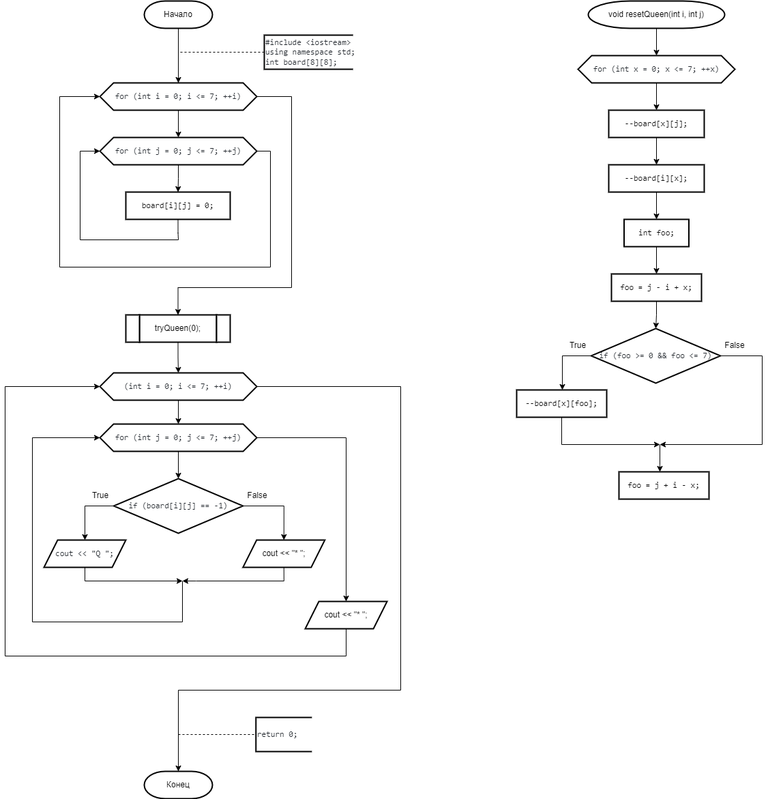
Above: 2 Семестр/Labs/1 Лаба(8 ферзей)/8 ферзей.png in IlyaFedoseev227/LABS-PNRPU-IVT-22-1b (draw.io), before the change. Source tidied: cells renumbered, new cells last; positions are measured from the earlier drawing's top-left corner, leaving out a move shared by most shapes.
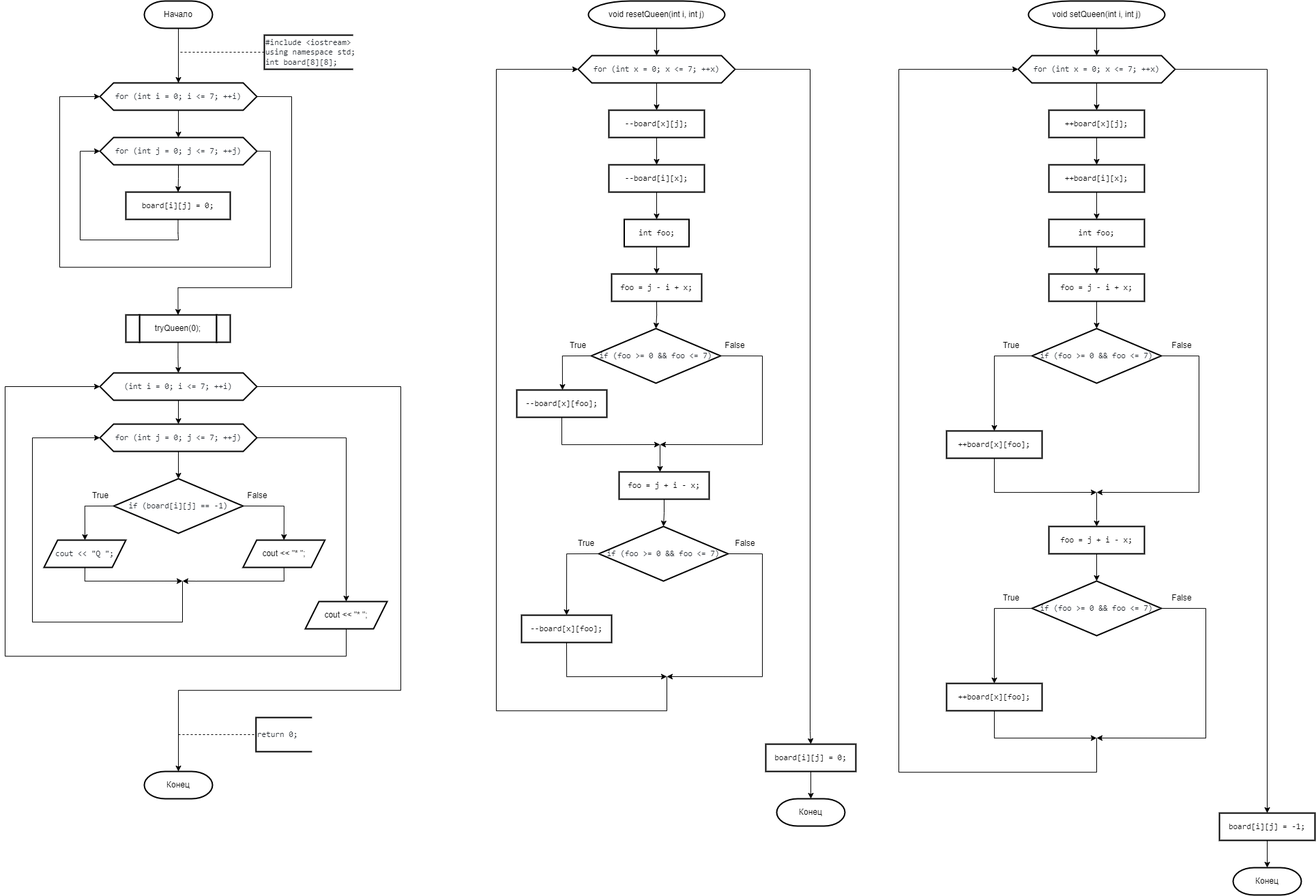
After the commit.

Change to the diagram source:
```diff
@@ -176,6 +176,15 @@
     <mxCell id="41" style="edgeStyle=orthogonalEdgeStyle;rounded=0;jettySize=auto;html=1;exitX=0.5;exitY=1;exitDx=0;exitDy=0;entryX=0.5;entryY=0;entryDx=0;entryDy=0;" parent="1" edge="1" source="42" target="44">
       <mxGeometry relative="1" as="geometry" />
     </mxCell>
+    <mxCell id="60" style="edgeStyle=orthogonalEdgeStyle;rounded=0;jettySize=auto;html=1;exitX=1;exitY=0.5;exitDx=0;exitDy=0;entryX=0.5;entryY=0;entryDx=0;entryDy=0;" parent="1" edge="1" source="42" target="71">
+      <mxGeometry relative="1" as="geometry">
+        <Array as="points">
+          <mxPoint x="1180" y="100" />
+          <mxPoint x="1180" y="1070" />
+          <mxPoint x="1181" y="1100" />
+        </Array>
+      </mxGeometry>
+    </mxCell>
     <mxCell id="42" value="&lt;div style=&quot;text-align: start;&quot;&gt;&lt;font face=&quot;ui-monospace, SFMono-Regular, SF Mono, Menlo, Consolas, Liberation Mono, monospace&quot; color=&quot;#24292f&quot;&gt;for (int x = 0; x &amp;lt;= 7; ++x)&lt;/font&gt;&lt;br&gt;&lt;/div&gt;" style="shape=hexagon;perimeter=hexagonPerimeter2;whiteSpace=wrap;html=1;fixedSize=1;strokeWidth=2;" parent="1" vertex="1">
       <mxGeometry x="840" y="80" width="230" height="40" as="geometry" />
     </mxCell>
@@ -247,8 +256,200 @@
     <mxCell id="58" value="&lt;div style=&quot;text-align: start;&quot;&gt;&lt;font face=&quot;ui-monospace, SFMono-Regular, SF Mono, Menlo, Consolas, Liberation Mono, monospace&quot;&gt;--board[x][foo];&lt;/font&gt;&lt;br&gt;&lt;/div&gt;" style="shape=parallelogram;perimeter=parallelogramPerimeter;whiteSpace=wrap;html=1;fixedSize=1;strokeWidth=2;size=-6;" parent="1" vertex="1">
       <mxGeometry x="750" y="570" width="132" height="40" as="geometry" />
     </mxCell>
+    <mxCell id="61" style="edgeStyle=orthogonalEdgeStyle;rounded=0;jettySize=auto;html=1;exitX=0.5;exitY=1;exitDx=0;exitDy=0;entryX=0.5;entryY=0;entryDx=0;entryDy=0;" parent="1" edge="1" source="59" target="65">
+      <mxGeometry relative="1" as="geometry" />
+    </mxCell>
     <mxCell id="59" value="&lt;div style=&quot;text-align: start;&quot;&gt;&lt;font face=&quot;ui-monospace, SFMono-Regular, SF Mono, Menlo, Consolas, Liberation Mono, monospace&quot;&gt;foo = j + i - x;&lt;/font&gt;&lt;br&gt;&lt;/div&gt;" style="shape=parallelogram;perimeter=parallelogramPerimeter;whiteSpace=wrap;html=1;fixedSize=1;strokeWidth=2;size=-6;" parent="1" vertex="1">
       <mxGeometry x="900" y="690" width="132" height="40" as="geometry" />
     </mxCell>
+    <mxCell id="62" style="edgeStyle=orthogonalEdgeStyle;rounded=0;jettySize=auto;html=1;exitX=0;exitY=0.5;exitDx=0;exitDy=0;entryX=0.5;entryY=0;entryDx=0;entryDy=0;" parent="1" edge="1" source="65" target="69">
+      <mxGeometry relative="1" as="geometry" />
+    </mxCell>
+    <mxCell id="63" style="edgeStyle=orthogonalEdgeStyle;rounded=0;jettySize=auto;html=1;exitX=1;exitY=0.5;exitDx=0;exitDy=0;" parent="1" edge="1" source="65">
+      <mxGeometry relative="1" as="geometry">
+        <mxPoint x="970" y="990" as="targetPoint" />
+        <Array as="points">
+          <mxPoint x="1110" y="810" />
+          <mxPoint x="1110" y="990" />
+        </Array>
+      </mxGeometry>
+    </mxCell>
+    <mxCell id="64" style="edgeStyle=orthogonalEdgeStyle;rounded=0;jettySize=auto;html=1;entryX=0;entryY=0.5;entryDx=0;entryDy=0;" parent="1" edge="1" target="42">
+      <mxGeometry relative="1" as="geometry">
+        <mxPoint x="970" y="990" as="sourcePoint" />
+        <Array as="points">
+          <mxPoint x="970" y="1040" />
+          <mxPoint x="720" y="1040" />
+          <mxPoint x="720" y="100" />
+        </Array>
+      </mxGeometry>
+    </mxCell>
+    <mxCell id="65" value="&lt;div style=&quot;text-align: start;&quot;&gt;&lt;font face=&quot;ui-monospace, SFMono-Regular, SF Mono, Menlo, Consolas, Liberation Mono, monospace&quot; color=&quot;#24292f&quot;&gt;if (foo &amp;gt;= 0 &amp;amp;&amp;amp; foo &amp;lt;= 7)&lt;/font&gt;&lt;br&gt;&lt;/div&gt;" style="rhombus;whiteSpace=wrap;html=1;strokeWidth=2;" parent="1" vertex="1">
+      <mxGeometry x="870.2" y="770" width="189.5" height="80" as="geometry" />
+    </mxCell>
+    <mxCell id="66" value="True" style="text;html=1;strokeColor=none;fillColor=none;align=center;verticalAlign=middle;whiteSpace=wrap;rounded=0;strokeWidth=2;" parent="1" vertex="1">
+      <mxGeometry x="822" y="780" width="60" height="30" as="geometry" />
+    </mxCell>
+    <mxCell id="67" value="False" style="text;html=1;strokeColor=none;fillColor=none;align=center;verticalAlign=middle;whiteSpace=wrap;rounded=0;strokeWidth=2;" parent="1" vertex="1">
+      <mxGeometry x="1055" y="780" width="60" height="30" as="geometry" />
+    </mxCell>
+    <mxCell id="68" style="edgeStyle=orthogonalEdgeStyle;rounded=0;jettySize=auto;html=1;exitX=0.5;exitY=1;exitDx=0;exitDy=0;" parent="1" edge="1" source="69">
+      <mxGeometry relative="1" as="geometry">
+        <mxPoint x="970" y="990" as="targetPoint" />
+        <Array as="points">
+          <mxPoint x="823" y="990" />
+        </Array>
+      </mxGeometry>
+    </mxCell>
+    <mxCell id="69" value="&lt;div style=&quot;text-align: start;&quot;&gt;&lt;font face=&quot;ui-monospace, SFMono-Regular, SF Mono, Menlo, Consolas, Liberation Mono, monospace&quot;&gt;--board[x][foo];&lt;/font&gt;&lt;br&gt;&lt;/div&gt;" style="shape=parallelogram;perimeter=parallelogramPerimeter;whiteSpace=wrap;html=1;fixedSize=1;strokeWidth=2;size=-6;" parent="1" vertex="1">
+      <mxGeometry x="757" y="900" width="132" height="40" as="geometry" />
+    </mxCell>
+    <mxCell id="70" style="edgeStyle=orthogonalEdgeStyle;rounded=0;jettySize=auto;html=1;exitX=0.5;exitY=1;exitDx=0;exitDy=0;entryX=0.5;entryY=0;entryDx=0;entryDy=0;entryPerimeter=0;" parent="1" edge="1" source="71" target="72">
+      <mxGeometry relative="1" as="geometry" />
+    </mxCell>
+    <mxCell id="71" value="&lt;div style=&quot;text-align: start;&quot;&gt;&lt;font face=&quot;ui-monospace, SFMono-Regular, SF Mono, Menlo, Consolas, Liberation Mono, monospace&quot;&gt;board[i][j] = 0;&lt;/font&gt;&lt;br&gt;&lt;/div&gt;" style="shape=parallelogram;perimeter=parallelogramPerimeter;whiteSpace=wrap;html=1;fixedSize=1;strokeWidth=2;size=-6;" parent="1" vertex="1">
+      <mxGeometry x="1115" y="1089" width="132" height="40" as="geometry" />
+    </mxCell>
+    <mxCell id="72" value="Конец" style="strokeWidth=2;html=1;shape=mxgraph.flowchart.terminator;whiteSpace=wrap;" parent="1" vertex="1">
+      <mxGeometry x="1131" y="1169" width="100" height="40" as="geometry" />
+    </mxCell>
+    <mxCell id="73" style="edgeStyle=orthogonalEdgeStyle;rounded=0;jettySize=auto;html=1;exitX=0.5;exitY=1;exitDx=0;exitDy=0;exitPerimeter=0;" parent="1" edge="1" source="74" target="77">
+      <mxGeometry relative="1" as="geometry" />
+    </mxCell>
+    <mxCell id="74" value="void setQueen(int i, int j)" style="strokeWidth=2;html=1;shape=mxgraph.flowchart.terminator;whiteSpace=wrap;" parent="1" vertex="1">
+      <mxGeometry x="1500" width="200" height="40" as="geometry" />
+    </mxCell>
+    <mxCell id="75" style="edgeStyle=orthogonalEdgeStyle;rounded=0;jettySize=auto;html=1;exitX=0.5;exitY=1;exitDx=0;exitDy=0;entryX=0.5;entryY=0;entryDx=0;entryDy=0;" parent="1" edge="1" source="77" target="79">
+      <mxGeometry relative="1" as="geometry" />
+    </mxCell>
+    <mxCell id="76" style="edgeStyle=orthogonalEdgeStyle;rounded=0;jettySize=auto;html=1;exitX=1;exitY=0.5;exitDx=0;exitDy=0;" parent="1" edge="1" source="77">
+      <mxGeometry relative="1" as="geometry">
+        <mxPoint x="1850" y="1190" as="targetPoint" />
+      </mxGeometry>
+    </mxCell>
+    <mxCell id="77" value="&lt;div style=&quot;text-align: start;&quot;&gt;&lt;font face=&quot;ui-monospace, SFMono-Regular, SF Mono, Menlo, Consolas, Liberation Mono, monospace&quot; color=&quot;#24292f&quot;&gt;for (int x = 0; x &amp;lt;= 7; ++x)&lt;/font&gt;&lt;br&gt;&lt;/div&gt;" style="shape=hexagon;perimeter=hexagonPerimeter2;whiteSpace=wrap;html=1;fixedSize=1;strokeWidth=2;" parent="1" vertex="1">
+      <mxGeometry x="1485" y="80" width="230" height="40" as="geometry" />
+    </mxCell>
+    <mxCell id="78" style="edgeStyle=orthogonalEdgeStyle;rounded=0;jettySize=auto;html=1;exitX=0.5;exitY=1;exitDx=0;exitDy=0;" parent="1" edge="1" source="79" target="81">
+      <mxGeometry relative="1" as="geometry" />
+    </mxCell>
+    <mxCell id="79" value="&lt;div style=&quot;text-align: start;&quot;&gt;&lt;font face=&quot;ui-monospace, SFMono-Regular, SF Mono, Menlo, Consolas, Liberation Mono, monospace&quot;&gt;++board[x][j];&lt;/font&gt;&lt;br&gt;&lt;/div&gt;" style="shape=parallelogram;perimeter=parallelogramPerimeter;whiteSpace=wrap;html=1;fixedSize=1;strokeWidth=2;size=-6;" parent="1" vertex="1">
+      <mxGeometry x="1530" y="160" width="140" height="40" as="geometry" />
+    </mxCell>
+    <mxCell id="80" style="edgeStyle=orthogonalEdgeStyle;rounded=0;jettySize=auto;html=1;exitX=0.5;exitY=1;exitDx=0;exitDy=0;" parent="1" edge="1" source="81" target="83">
+      <mxGeometry relative="1" as="geometry" />
+    </mxCell>
+    <mxCell id="81" value="&lt;div style=&quot;text-align: start;&quot;&gt;&lt;font face=&quot;ui-monospace, SFMono-Regular, SF Mono, Menlo, Consolas, Liberation Mono, monospace&quot;&gt;++board[i][x];&lt;/font&gt;&lt;br&gt;&lt;/div&gt;" style="shape=parallelogram;perimeter=parallelogramPerimeter;whiteSpace=wrap;html=1;fixedSize=1;strokeWidth=2;size=-6;" parent="1" vertex="1">
+      <mxGeometry x="1530" y="240" width="140" height="40" as="geometry" />
+    </mxCell>
+    <mxCell id="82" style="edgeStyle=orthogonalEdgeStyle;rounded=0;jettySize=auto;html=1;exitX=0.5;exitY=1;exitDx=0;exitDy=0;" parent="1" edge="1" source="83" target="85">
+      <mxGeometry relative="1" as="geometry" />
+    </mxCell>
+    <mxCell id="83" value="&lt;div style=&quot;text-align: start;&quot;&gt;&lt;font face=&quot;ui-monospace, SFMono-Regular, SF Mono, Menlo, Consolas, Liberation Mono, monospace&quot;&gt;int foo;&lt;/font&gt;&lt;br&gt;&lt;/div&gt;" style="shape=parallelogram;perimeter=parallelogramPerimeter;whiteSpace=wrap;html=1;fixedSize=1;strokeWidth=2;size=-6;" parent="1" vertex="1">
+      <mxGeometry x="1530" y="320" width="140" height="40" as="geometry" />
+    </mxCell>
+    <mxCell id="84" style="edgeStyle=orthogonalEdgeStyle;rounded=0;jettySize=auto;html=1;exitX=0.5;exitY=1;exitDx=0;exitDy=0;entryX=0.5;entryY=0;entryDx=0;entryDy=0;" parent="1" edge="1" source="85" target="89">
+      <mxGeometry relative="1" as="geometry" />
+    </mxCell>
+    <mxCell id="85" value="&lt;div style=&quot;text-align: start;&quot;&gt;&lt;font face=&quot;ui-monospace, SFMono-Regular, SF Mono, Menlo, Consolas, Liberation Mono, monospace&quot;&gt;foo = j - i + x;&lt;/font&gt;&lt;br&gt;&lt;/div&gt;" style="shape=parallelogram;perimeter=parallelogramPerimeter;whiteSpace=wrap;html=1;fixedSize=1;strokeWidth=2;size=-6;" parent="1" vertex="1">
+      <mxGeometry x="1530" y="400" width="140" height="40" as="geometry" />
+    </mxCell>
+    <mxCell id="86" style="edgeStyle=orthogonalEdgeStyle;rounded=0;jettySize=auto;html=1;exitX=0;exitY=0.5;exitDx=0;exitDy=0;entryX=0.5;entryY=0;entryDx=0;entryDy=0;" parent="1" edge="1" source="89" target="93">
+      <mxGeometry relative="1" as="geometry" />
+    </mxCell>
+    <mxCell id="87" style="edgeStyle=orthogonalEdgeStyle;rounded=0;jettySize=auto;html=1;exitX=1;exitY=0.5;exitDx=0;exitDy=0;" parent="1" edge="1" source="89">
+      <mxGeometry relative="1" as="geometry">
+        <mxPoint x="1600" y="720" as="targetPoint" />
+        <Array as="points">
+          <mxPoint x="1750" y="520" />
+          <mxPoint x="1750" y="720" />
+        </Array>
+      </mxGeometry>
+    </mxCell>
+    <mxCell id="88" style="edgeStyle=orthogonalEdgeStyle;rounded=0;jettySize=auto;html=1;entryX=0.5;entryY=0;entryDx=0;entryDy=0;" parent="1" edge="1" target="95">
+      <mxGeometry relative="1" as="geometry">
+        <mxPoint x="1600" y="720" as="sourcePoint" />
+        <Array as="points">
+          <mxPoint x="1600" y="760" />
+        </Array>
+      </mxGeometry>
+    </mxCell>
+    <mxCell id="89" value="&lt;div style=&quot;text-align: start;&quot;&gt;&lt;font face=&quot;ui-monospace, SFMono-Regular, SF Mono, Menlo, Consolas, Liberation Mono, monospace&quot; color=&quot;#24292f&quot;&gt;if (foo &amp;gt;= 0 &amp;amp;&amp;amp; foo &amp;lt;= 7)&lt;/font&gt;&lt;br&gt;&lt;/div&gt;" style="rhombus;whiteSpace=wrap;html=1;strokeWidth=2;" parent="1" vertex="1">
+      <mxGeometry x="1505.2" y="480" width="189.5" height="80" as="geometry" />
+    </mxCell>
+    <mxCell id="90" value="True" style="text;html=1;strokeColor=none;fillColor=none;align=center;verticalAlign=middle;whiteSpace=wrap;rounded=0;strokeWidth=2;" parent="1" vertex="1">
+      <mxGeometry x="1445.2" y="490" width="60" height="30" as="geometry" />
+    </mxCell>
+    <mxCell id="91" value="False" style="text;html=1;strokeColor=none;fillColor=none;align=center;verticalAlign=middle;whiteSpace=wrap;rounded=0;strokeWidth=2;" parent="1" vertex="1">
+      <mxGeometry x="1694.8" y="490" width="60" height="30" as="geometry" />
+    </mxCell>
+    <mxCell id="92" style="edgeStyle=orthogonalEdgeStyle;rounded=0;jettySize=auto;html=1;exitX=0.5;exitY=1;exitDx=0;exitDy=0;" parent="1" edge="1" source="93">
+      <mxGeometry relative="1" as="geometry">
+        <mxPoint x="1600" y="720" as="targetPoint" />
+        <Array as="points">
+          <mxPoint x="1450" y="720" />
+        </Array>
+      </mxGeometry>
+    </mxCell>
+    <mxCell id="93" value="&lt;div style=&quot;text-align: start;&quot;&gt;&lt;font face=&quot;ui-monospace, SFMono-Regular, SF Mono, Menlo, Consolas, Liberation Mono, monospace&quot;&gt;++board[x][foo];&lt;/font&gt;&lt;br&gt;&lt;/div&gt;" style="shape=parallelogram;perimeter=parallelogramPerimeter;whiteSpace=wrap;html=1;fixedSize=1;strokeWidth=2;size=-6;" parent="1" vertex="1">
+      <mxGeometry x="1380" y="630" width="140" height="40" as="geometry" />
+    </mxCell>
+    <mxCell id="94" style="edgeStyle=orthogonalEdgeStyle;rounded=0;jettySize=auto;html=1;exitX=0.5;exitY=1;exitDx=0;exitDy=0;entryX=0.5;entryY=0;entryDx=0;entryDy=0;" parent="1" edge="1" source="95" target="98">
+      <mxGeometry relative="1" as="geometry" />
+    </mxCell>
+    <mxCell id="95" value="&lt;div style=&quot;text-align: start;&quot;&gt;&lt;font face=&quot;ui-monospace, SFMono-Regular, SF Mono, Menlo, Consolas, Liberation Mono, monospace&quot;&gt;foo = j + i - x;&lt;/font&gt;&lt;br&gt;&lt;/div&gt;" style="shape=parallelogram;perimeter=parallelogramPerimeter;whiteSpace=wrap;html=1;fixedSize=1;strokeWidth=2;size=-6;" parent="1" vertex="1">
+      <mxGeometry x="1530" y="770" width="140" height="40" as="geometry" />
+    </mxCell>
+    <mxCell id="96" style="edgeStyle=orthogonalEdgeStyle;rounded=0;jettySize=auto;html=1;exitX=0;exitY=0.5;exitDx=0;exitDy=0;entryX=0.5;entryY=0;entryDx=0;entryDy=0;" parent="1" edge="1" source="98" target="103">
+      <mxGeometry relative="1" as="geometry" />
+    </mxCell>
+    <mxCell id="97" style="edgeStyle=orthogonalEdgeStyle;rounded=0;jettySize=auto;html=1;entryX=0;entryY=0.5;entryDx=0;entryDy=0;" parent="1" edge="1" target="77">
+      <mxGeometry relative="1" as="geometry">
+        <mxPoint x="1600" y="1080" as="sourcePoint" />
+        <Array as="points">
+          <mxPoint x="1600" y="1130" />
+          <mxPoint x="1310" y="1130" />
+          <mxPoint x="1310" y="100" />
+        </Array>
+      </mxGeometry>
+    </mxCell>
+    <mxCell id="98" value="&lt;div style=&quot;text-align: start;&quot;&gt;&lt;font face=&quot;ui-monospace, SFMono-Regular, SF Mono, Menlo, Consolas, Liberation Mono, monospace&quot; color=&quot;#24292f&quot;&gt;if (foo &amp;gt;= 0 &amp;amp;&amp;amp; foo &amp;lt;= 7)&lt;/font&gt;&lt;br&gt;&lt;/div&gt;" style="rhombus;whiteSpace=wrap;html=1;strokeWidth=2;" parent="1" vertex="1">
+      <mxGeometry x="1505.2" y="850" width="189.5" height="80" as="geometry" />
+    </mxCell>
+    <mxCell id="99" value="True" style="text;html=1;strokeColor=none;fillColor=none;align=center;verticalAlign=middle;whiteSpace=wrap;rounded=0;strokeWidth=2;" parent="1" vertex="1">
+      <mxGeometry x="1445.2" y="860" width="60" height="30" as="geometry" />
+    </mxCell>
+    <mxCell id="100" style="edgeStyle=orthogonalEdgeStyle;rounded=0;jettySize=auto;html=1;exitX=0;exitY=1;exitDx=0;exitDy=0;" parent="1" edge="1" source="101">
+      <mxGeometry relative="1" as="geometry">
+        <mxPoint x="1600" y="1080" as="targetPoint" />
+        <Array as="points">
+          <mxPoint x="1760" y="890" />
+        </Array>
+      </mxGeometry>
+    </mxCell>
+    <mxCell id="101" value="False" style="text;html=1;strokeColor=none;fillColor=none;align=center;verticalAlign=middle;whiteSpace=wrap;rounded=0;strokeWidth=2;" parent="1" vertex="1">
+      <mxGeometry x="1694.8" y="860" width="60" height="30" as="geometry" />
+    </mxCell>
+    <mxCell id="102" style="edgeStyle=orthogonalEdgeStyle;rounded=0;jettySize=auto;html=1;exitX=0.5;exitY=1;exitDx=0;exitDy=0;" parent="1" edge="1" source="103">
+      <mxGeometry relative="1" as="geometry">
+        <mxPoint x="1600" y="1080" as="targetPoint" />
+        <Array as="points">
+          <mxPoint x="1450" y="1080" />
+          <mxPoint x="1590" y="1080" />
+        </Array>
+      </mxGeometry>
+    </mxCell>
+    <mxCell id="103" value="&lt;div style=&quot;text-align: start;&quot;&gt;&lt;font face=&quot;ui-monospace, SFMono-Regular, SF Mono, Menlo, Consolas, Liberation Mono, monospace&quot;&gt;++board[x][foo];&lt;/font&gt;&lt;br&gt;&lt;/div&gt;" style="shape=parallelogram;perimeter=parallelogramPerimeter;whiteSpace=wrap;html=1;fixedSize=1;strokeWidth=2;size=-6;" parent="1" vertex="1">
+      <mxGeometry x="1380" y="1000" width="140" height="40" as="geometry" />
+    </mxCell>
+    <mxCell id="104" style="edgeStyle=orthogonalEdgeStyle;rounded=0;jettySize=auto;html=1;exitX=0.5;exitY=1;exitDx=0;exitDy=0;entryX=0.5;entryY=0;entryDx=0;entryDy=0;entryPerimeter=0;" parent="1" edge="1" source="105" target="106">
+      <mxGeometry relative="1" as="geometry" />
+    </mxCell>
+    <mxCell id="105" value="&lt;div style=&quot;text-align: start;&quot;&gt;&lt;font face=&quot;ui-monospace, SFMono-Regular, SF Mono, Menlo, Consolas, Liberation Mono, monospace&quot;&gt;board[i][j] = -1;&lt;/font&gt;&lt;br&gt;&lt;/div&gt;" style="shape=parallelogram;perimeter=parallelogramPerimeter;whiteSpace=wrap;html=1;fixedSize=1;strokeWidth=2;size=-6;" parent="1" vertex="1">
+      <mxGeometry x="1780" y="1190" width="140" height="40" as="geometry" />
+    </mxCell>
+    <mxCell id="106" value="Конец" style="strokeWidth=2;html=1;shape=mxgraph.flowchart.terminator;whiteSpace=wrap;" parent="1" vertex="1">
+      <mxGeometry x="1800" y="1270" width="100" height="40" as="geometry" />
+    </mxCell>
   </root>
 </mxGraphModel>
```
